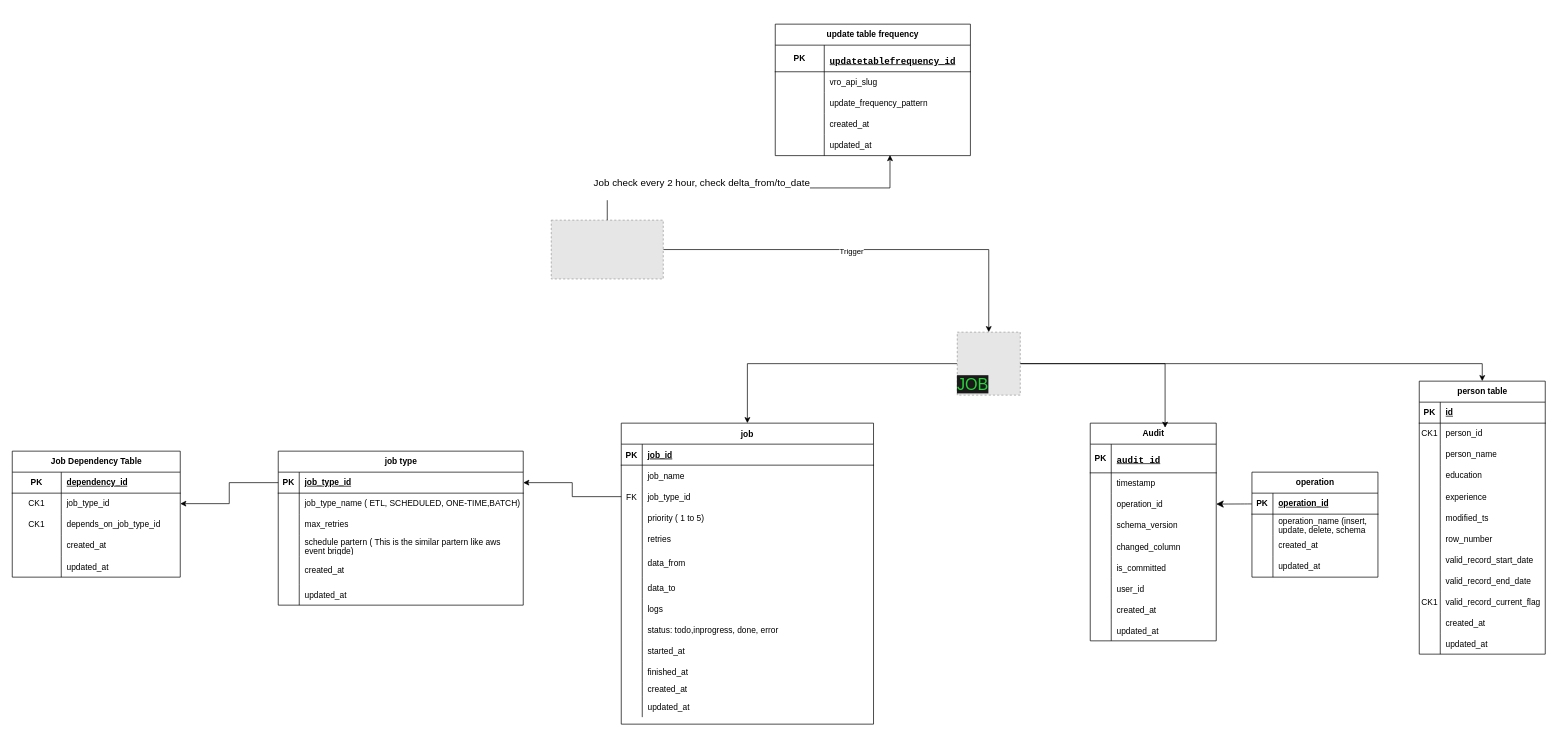
jorawarsinghcapgemini/drawio keeps this draw.io diagram as vro db diagram.drawio. Above is the earlier version. Source tidied: cells renumbered, new cells numbered last; positions are measured from the earlier drawing's top-left corner, leaving out a move shared by most shapes. Both pictures are drawn from the tidied source at 70%, with x=0, y=0 at pixel (12, 24). Pictures stored in the file or linked from it are replaced by grey dashed boxes.
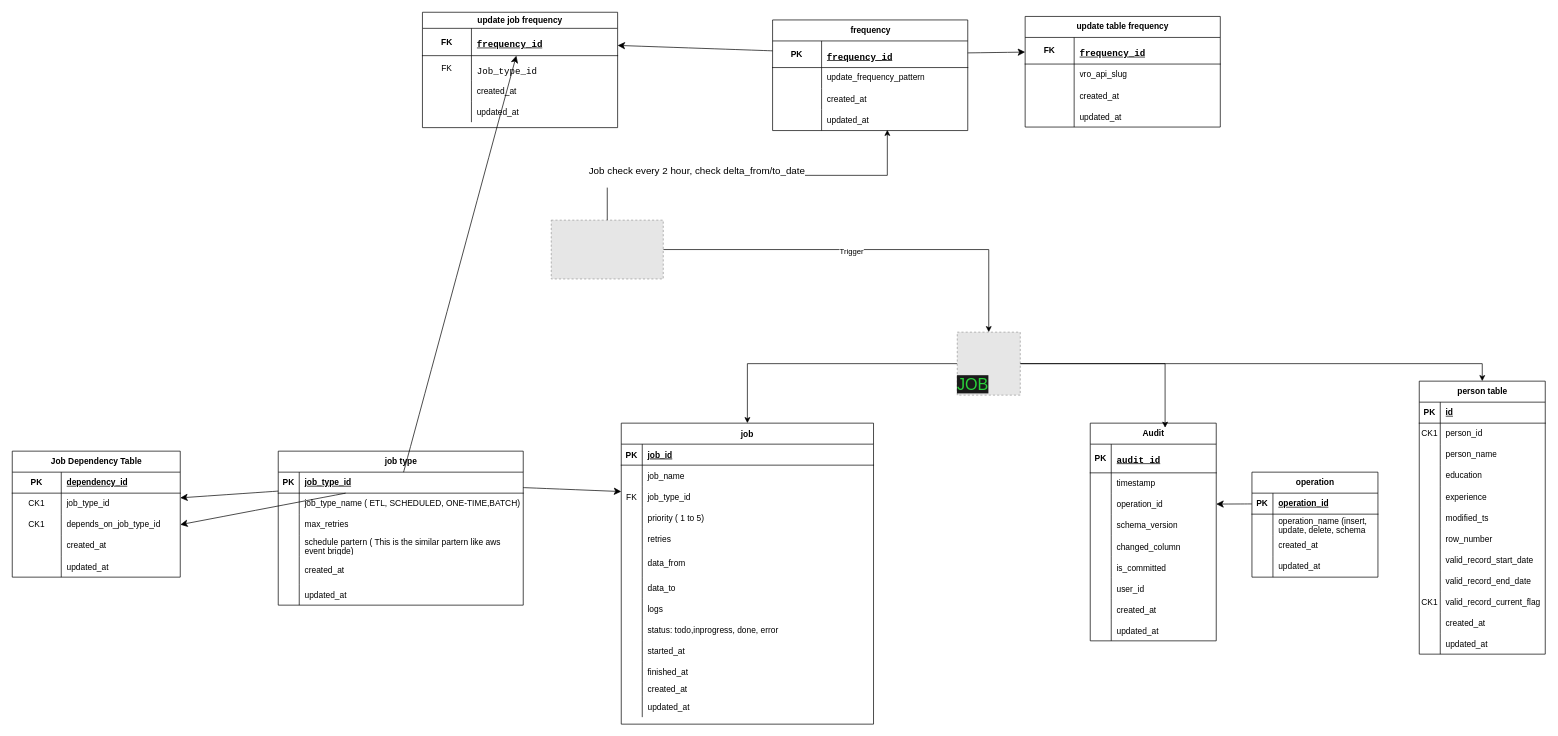
After the change.

Commit message:
added fact and dimension concept

Unchanged cells that the change refers to:
```xml
<mxCell id="43" style="shape=tableRow;horizontal=0;startSize=0;swimlaneHead=0;swimlaneBody=0;fillColor=none;points=[[0,0.5],[1,0.5]];portConstraint=eastwest;top=0;left=0;right=0;bottom=0;" parent="36" vertex="1">
  <mxGeometry y="90" width="360.4" height="30" as="geometry" />
</mxCell>
<mxCell id="77" style="shape=tableRow;horizontal=0;startSize=0;swimlaneHead=0;swimlaneBody=0;fillColor=none;points=[[0,0.5],[1,0.5]];portConstraint=eastwest;top=0;left=0;right=0;bottom=1;" parent="76" vertex="1">
  <mxGeometry y="30" width="350" height="30" as="geometry" />
</mxCell>
<mxCell id="99" style="shape=tableRow;horizontal=0;startSize=0;swimlaneHead=0;swimlaneBody=0;fillColor=none;points=[[0,0.5],[1,0.5]];portConstraint=eastwest;top=0;left=0;right=0;bottom=0;" parent="95" vertex="1">
  <mxGeometry y="60" width="240" height="30" as="geometry" />
</mxCell>
<mxCell id="102" style="shape=tableRow;horizontal=0;startSize=0;swimlaneHead=0;swimlaneBody=0;fillColor=none;points=[[0,0.5],[1,0.5]];portConstraint=eastwest;top=0;left=0;right=0;bottom=0;" parent="95" vertex="1">
  <mxGeometry y="90" width="240" height="30" as="geometry" />
</mxCell>
<mxCell id="115" style="shape=tableRow;horizontal=0;startSize=0;swimlaneHead=0;swimlaneBody=0;fillColor=none;points=[[0,0.5],[1,0.5]];portConstraint=eastwest;top=0;left=0;right=0;bottom=1;" parent="114" vertex="1">
  <mxGeometry y="30" width="278.8" height="38" as="geometry" />
</mxCell>
```

What changed in the source:
```diff
@@
-    <mxCell id="111" style="edgeStyle=orthogonalEdgeStyle;rounded=0;jettySize=auto;html=1;" parent="1" edge="1" source="43" target="77">
-      <mxGeometry relative="1" as="geometry" />
-    </mxCell>
-    <mxCell id="112" style="edgeStyle=orthogonalEdgeStyle;rounded=0;jettySize=auto;html=1;" parent="1" edge="1" source="77" target="99">
-      <mxGeometry relative="1" as="geometry" />
-    </mxCell>
@@
-    <mxCell id="114" value="&lt;div&gt;&lt;span style=&quot;background-color: initial;&quot;&gt;update table frequency&lt;/span&gt;&lt;br&gt;&lt;/div&gt;" style="shape=table;startSize=30;childLayout=tableLayout;rowLines=0;fontStyle=1;align=center;html=1;" parent="1" vertex="1">
-      <mxGeometry x="1090" width="278.8" height="187.8" as="geometry" />
+    <mxCell id="114" value="&lt;div&gt;&lt;span style=&quot;background-color: initial;&quot;&gt;frequency&lt;/span&gt;&lt;br&gt;&lt;/div&gt;" style="shape=table;startSize=30;childLayout=tableLayout;rowLines=0;fontStyle=1;align=center;html=1;" parent="1" vertex="1">
+      <mxGeometry x="1086.2" y="-6" width="278.8" height="158" as="geometry" />
     </mxCell>
@@
-    <mxCell id="117" value="&lt;div style=&quot;background-color: rgb(255, 255, 255);&quot;&gt;&lt;pre style=&quot;font-family:'JetBrains Mono',monospace;font-size:9.8pt;&quot;&gt;updatetablefrequency_id&lt;/pre&gt;&lt;/div&gt;" style="shape=partialRectangle;fillColor=none;top=0;left=0;bottom=0;right=0;align=left;spacingLeft=6;fontStyle=5;overflow=hidden;whiteSpace=wrap;html=1;" parent="115" vertex="1">
+    <mxCell id="117" value="&lt;div style=&quot;background-color: rgb(255, 255, 255);&quot;&gt;&lt;pre style=&quot;font-family:'JetBrains Mono',monospace;font-size:9.8pt;&quot;&gt;frequency_id&lt;/pre&gt;&lt;/div&gt;" style="shape=partialRectangle;fillColor=none;top=0;left=0;bottom=0;right=0;align=left;spacingLeft=6;fontStyle=5;overflow=hidden;whiteSpace=wrap;html=1;" parent="115" vertex="1">
       <mxGeometry x="70" width="208.8" height="38" as="geometry" />
     </mxCell>
-    <mxCell id="118" style="shape=tableRow;horizontal=0;startSize=0;swimlaneHead=0;swimlaneBody=0;fillColor=none;top=0;left=0;right=0;bottom=0;" parent="114" vertex="1">
-      <mxGeometry y="68" width="278.8" height="30" as="geometry" />
-    </mxCell>
-    <mxCell id="119" style="shape=partialRectangle;fillColor=none;top=0;left=0;bottom=0;right=0;overflow=hidden;whiteSpace=wrap;html=1;" parent="118" vertex="1">
-      <mxGeometry width="70" height="30" as="geometry" />
-    </mxCell>
-    <mxCell id="120" value="vro_api_slug" style="shape=partialRectangle;fillColor=none;top=0;left=0;bottom=0;right=0;align=left;spacingLeft=6;overflow=hidden;whiteSpace=wrap;html=1;" parent="118" vertex="1">
-      <mxGeometry x="70" width="208.8" height="30" as="geometry" />
-    </mxCell>
     <mxCell id="121" style="shape=tableRow;horizontal=0;startSize=0;swimlaneHead=0;swimlaneBody=0;fillColor=none;top=0;left=0;right=0;bottom=0;" parent="114" vertex="1">
-      <mxGeometry y="98" width="278.8" height="30" as="geometry" />
+      <mxGeometry y="68" width="278.8" height="30" as="geometry" />
     </mxCell>
@@
     <mxCell id="124" style="shape=tableRow;horizontal=0;startSize=0;swimlaneHead=0;swimlaneBody=0;fillColor=none;top=0;left=0;right=0;bottom=0;" parent="114" vertex="1">
-      <mxGeometry y="128" width="278.8" height="30" as="geometry" />
+      <mxGeometry y="98" width="278.8" height="30" as="geometry" />
     </mxCell>
@@
     <mxCell id="127" style="shape=tableRow;horizontal=0;startSize=0;swimlaneHead=0;swimlaneBody=0;fillColor=none;points=[[0,0.5],[1,0.5]];portConstraint=eastwest;top=0;left=0;right=0;bottom=0;" parent="114" vertex="1">
-      <mxGeometry y="158" width="278.8" height="30" as="geometry" />
+      <mxGeometry y="128" width="278.8" height="30" as="geometry" />
     </mxCell>
@@
+    <mxCell id="184" value="&lt;div&gt;&lt;span style=&quot;background-color: initial;&quot;&gt;update table frequency&lt;/span&gt;&lt;br&gt;&lt;/div&gt;" style="shape=table;startSize=30;childLayout=tableLayout;rowLines=0;fontStyle=1;align=center;html=1;" parent="1" vertex="1">
+      <mxGeometry x="1447" y="-11" width="278.8" height="158" as="geometry" />
+    </mxCell>
+    <mxCell id="185" style="shape=tableRow;horizontal=0;startSize=0;swimlaneHead=0;swimlaneBody=0;fillColor=none;points=[[0,0.5],[1,0.5]];portConstraint=eastwest;top=0;left=0;right=0;bottom=1;" parent="184" vertex="1">
+      <mxGeometry y="30" width="278.8" height="38" as="geometry" />
+    </mxCell>
+    <mxCell id="186" value="FK" style="shape=partialRectangle;fillColor=none;top=0;left=0;bottom=0;right=0;fontStyle=1;overflow=hidden;whiteSpace=wrap;html=1;" parent="185" vertex="1">
+      <mxGeometry width="70" height="38" as="geometry" />
+    </mxCell>
+    <mxCell id="187" value="&lt;div style=&quot;background-color: rgb(255, 255, 255);&quot;&gt;&lt;pre style=&quot;font-family:'JetBrains Mono',monospace;font-size:9.8pt;&quot;&gt;frequency_id&lt;/pre&gt;&lt;/div&gt;" style="shape=partialRectangle;fillColor=none;top=0;left=0;bottom=0;right=0;align=left;spacingLeft=6;fontStyle=5;overflow=hidden;whiteSpace=wrap;html=1;" parent="185" vertex="1">
+      <mxGeometry x="70" width="208.8" height="38" as="geometry" />
+    </mxCell>
+    <mxCell id="118" style="shape=tableRow;horizontal=0;startSize=0;swimlaneHead=0;swimlaneBody=0;fillColor=none;top=0;left=0;right=0;bottom=0;" parent="184" vertex="1">
+      <mxGeometry y="68" width="278.8" height="30" as="geometry" />
+    </mxCell>
+    <mxCell id="119" style="shape=partialRectangle;fillColor=none;top=0;left=0;bottom=0;right=0;overflow=hidden;whiteSpace=wrap;html=1;" parent="118" vertex="1">
+      <mxGeometry width="70" height="30" as="geometry" />
+    </mxCell>
+    <mxCell id="120" value="vro_api_slug" style="shape=partialRectangle;fillColor=none;top=0;left=0;bottom=0;right=0;align=left;spacingLeft=6;overflow=hidden;whiteSpace=wrap;html=1;" parent="118" vertex="1">
+      <mxGeometry x="70" width="208.8" height="30" as="geometry" />
+    </mxCell>
+    <mxCell id="188" style="shape=tableRow;horizontal=0;startSize=0;swimlaneHead=0;swimlaneBody=0;fillColor=none;top=0;left=0;right=0;bottom=0;" parent="184" vertex="1">
+      <mxGeometry y="98" width="278.8" height="30" as="geometry" />
+    </mxCell>
+    <mxCell id="189" style="shape=partialRectangle;fillColor=none;top=0;left=0;bottom=0;right=0;overflow=hidden;" parent="188" vertex="1">
+      <mxGeometry width="70" height="30" as="geometry" />
+    </mxCell>
+    <mxCell id="190" value="created_at" style="shape=partialRectangle;fillColor=none;top=0;left=0;bottom=0;right=0;align=left;spacingLeft=6;overflow=hidden;" parent="188" vertex="1">
+      <mxGeometry x="70" width="208.8" height="30" as="geometry" />
+    </mxCell>
+    <mxCell id="191" style="shape=tableRow;horizontal=0;startSize=0;swimlaneHead=0;swimlaneBody=0;fillColor=none;top=0;left=0;right=0;bottom=0;" parent="184" vertex="1">
+      <mxGeometry y="128" width="278.8" height="30" as="geometry" />
+    </mxCell>
+    <mxCell id="192" style="shape=partialRectangle;fillColor=none;top=0;left=0;bottom=0;right=0;overflow=hidden;" parent="191" vertex="1">
+      <mxGeometry width="70" height="30" as="geometry" />
+    </mxCell>
+    <mxCell id="193" value="updated_at" style="shape=partialRectangle;fillColor=none;top=0;left=0;bottom=0;right=0;align=left;spacingLeft=6;overflow=hidden;" parent="191" vertex="1">
+      <mxGeometry x="70" width="208.8" height="30" as="geometry" />
+    </mxCell>
+    <mxCell id="194" style="edgeStyle=none;curved=1;rounded=0;jettySize=auto;html=1;fontSize=12;startSize=8;endSize=8;" parent="1" edge="1" source="115" target="185">
+      <mxGeometry relative="1" as="geometry" />
+    </mxCell>
+    <mxCell id="195" value="&lt;div&gt;&lt;span style=&quot;background-color: initial;&quot;&gt;update job frequency&lt;/span&gt;&lt;br&gt;&lt;/div&gt;" style="shape=table;startSize=23;childLayout=tableLayout;rowLines=0;fontStyle=1;align=center;html=1;" parent="1" vertex="1">
+      <mxGeometry x="586" y="-17" width="278.8" height="164.8" as="geometry" />
+    </mxCell>
+    <mxCell id="196" style="shape=tableRow;horizontal=0;startSize=0;swimlaneHead=0;swimlaneBody=0;fillColor=none;points=[[0,0.5],[1,0.5]];portConstraint=eastwest;top=0;left=0;right=0;bottom=1;" parent="195" vertex="1">
+      <mxGeometry y="23" width="278.8" height="39" as="geometry" />
+    </mxCell>
+    <mxCell id="197" value="FK" style="shape=partialRectangle;fillColor=none;top=0;left=0;bottom=0;right=0;fontStyle=1;overflow=hidden;whiteSpace=wrap;html=1;" parent="196" vertex="1">
+      <mxGeometry width="70" height="39" as="geometry" />
+    </mxCell>
+    <mxCell id="198" value="&lt;div style=&quot;background-color: rgb(255, 255, 255);&quot;&gt;&lt;pre style=&quot;font-family:'JetBrains Mono',monospace;font-size:9.8pt;&quot;&gt;frequency_id&lt;/pre&gt;&lt;/div&gt;" style="shape=partialRectangle;fillColor=none;top=0;left=0;bottom=0;right=0;align=left;spacingLeft=6;fontStyle=5;overflow=hidden;whiteSpace=wrap;html=1;" parent="196" vertex="1">
+      <mxGeometry x="70" width="208.8" height="39" as="geometry" />
+    </mxCell>
+    <mxCell id="199" style="shape=tableRow;horizontal=0;startSize=0;swimlaneHead=0;swimlaneBody=0;fillColor=none;top=0;left=0;right=0;bottom=0;" parent="195" vertex="1">
+      <mxGeometry y="62" width="278.8" height="35" as="geometry" />
+    </mxCell>
+    <mxCell id="200" value="FK" style="shape=partialRectangle;fillColor=none;top=0;left=0;bottom=0;right=0;overflow=hidden;whiteSpace=wrap;html=1;" parent="199" vertex="1">
+      <mxGeometry width="70" height="35" as="geometry" />
+    </mxCell>
+    <mxCell id="201" value="&lt;pre style=&quot;font-family: &amp;quot;JetBrains Mono&amp;quot;, monospace; font-size: 9.8pt;&quot;&gt;Job_type_id&lt;/pre&gt;" style="shape=partialRectangle;fillColor=none;top=0;left=0;bottom=0;right=0;align=left;spacingLeft=6;overflow=hidden;whiteSpace=wrap;html=1;" parent="199" vertex="1">
+      <mxGeometry x="70" width="208.8" height="35" as="geometry" />
+    </mxCell>
+    <mxCell id="202" style="shape=tableRow;horizontal=0;startSize=0;swimlaneHead=0;swimlaneBody=0;fillColor=none;top=0;left=0;right=0;bottom=0;" parent="195" vertex="1">
+      <mxGeometry y="97" width="278.8" height="30" as="geometry" />
+    </mxCell>
+    <mxCell id="203" style="shape=partialRectangle;fillColor=none;top=0;left=0;bottom=0;right=0;overflow=hidden;" parent="202" vertex="1">
+      <mxGeometry width="70" height="30" as="geometry" />
+    </mxCell>
+    <mxCell id="204" value="created_at" style="shape=partialRectangle;fillColor=none;top=0;left=0;bottom=0;right=0;align=left;spacingLeft=6;overflow=hidden;" parent="202" vertex="1">
+      <mxGeometry x="70" width="208.8" height="30" as="geometry" />
+    </mxCell>
+    <mxCell id="205" style="shape=tableRow;horizontal=0;startSize=0;swimlaneHead=0;swimlaneBody=0;fillColor=none;top=0;left=0;right=0;bottom=0;" parent="195" vertex="1">
+      <mxGeometry y="127" width="278.8" height="30" as="geometry" />
+    </mxCell>
+    <mxCell id="206" style="shape=partialRectangle;fillColor=none;top=0;left=0;bottom=0;right=0;overflow=hidden;" parent="205" vertex="1">
+      <mxGeometry width="70" height="30" as="geometry" />
+    </mxCell>
+    <mxCell id="207" value="updated_at" style="shape=partialRectangle;fillColor=none;top=0;left=0;bottom=0;right=0;align=left;spacingLeft=6;overflow=hidden;" parent="205" vertex="1">
+      <mxGeometry x="70" width="208.8" height="30" as="geometry" />
+    </mxCell>
+    <mxCell id="208" style="edgeStyle=none;curved=1;rounded=0;jettySize=auto;html=1;fontSize=12;startSize=8;endSize=8;" parent="1" edge="1" source="115" target="196">
+      <mxGeometry relative="1" as="geometry" />
+    </mxCell>
+    <mxCell id="209" style="edgeStyle=none;curved=1;rounded=0;jettySize=auto;html=1;entryX=1;entryY=0.5;entryDx=0;entryDy=0;fontSize=12;startSize=8;endSize=8;" parent="1" edge="1" source="77" target="102">
+      <mxGeometry relative="1" as="geometry" />
+    </mxCell>
+    <mxCell id="112" style="edgeStyle=none;curved=1;rounded=0;jettySize=auto;html=1;fontSize=12;startSize=8;endSize=8;" parent="1" edge="1" source="77" target="99">
+      <mxGeometry relative="1" as="geometry" />
+    </mxCell>
+    <mxCell id="210" style="edgeStyle=none;curved=1;rounded=0;jettySize=auto;html=1;fontSize=12;startSize=8;endSize=8;" parent="1" edge="1" source="77" target="196">
+      <mxGeometry relative="1" as="geometry" />
+    </mxCell>
+    <mxCell id="211" style="edgeStyle=none;curved=1;rounded=0;jettySize=auto;html=1;fontSize=12;startSize=8;endSize=8;" parent="1" edge="1" source="77" target="43">
+      <mxGeometry relative="1" as="geometry" />
+    </mxCell>
```
